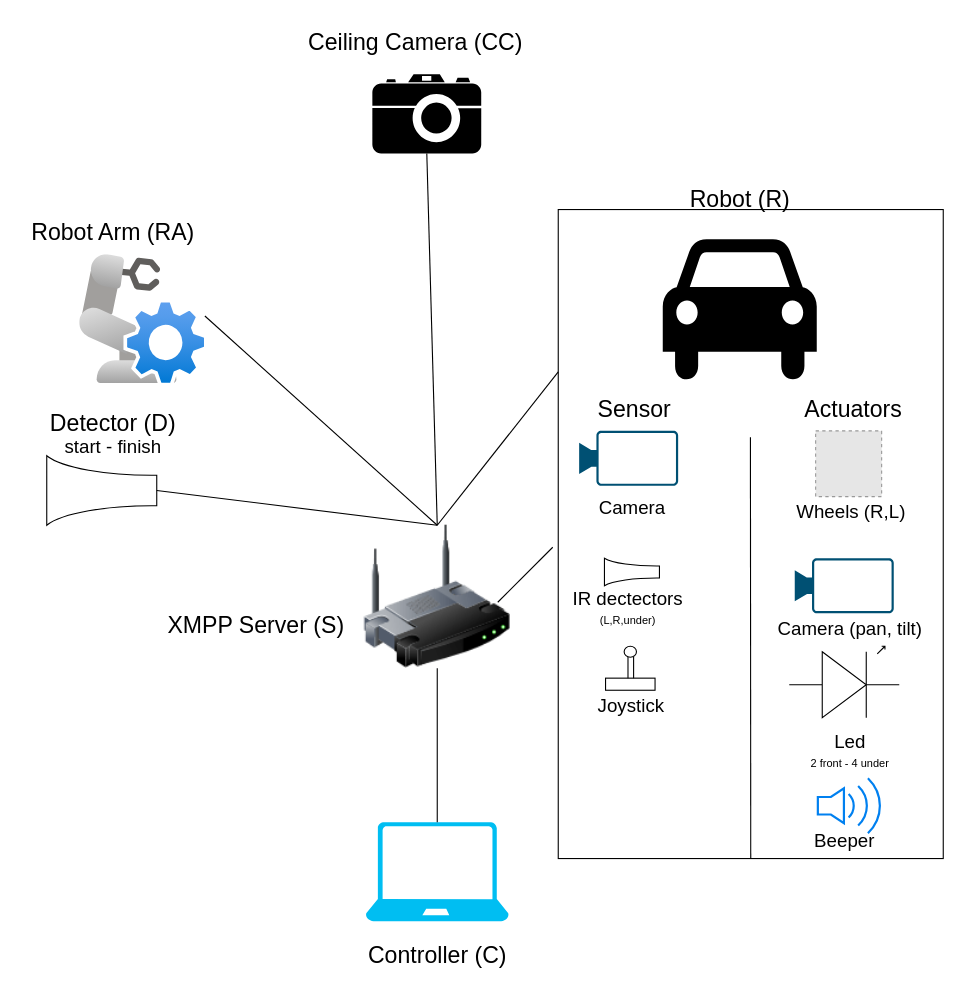
This is network_schema.drawio from ISC-DynaMaze/docs, a draw.io file, before an edit. Source tidied: cells renumbered, new cells numbered last; positions are measured from the earlier drawing's top-left corner, leaving out a move shared by most shapes. Both pictures are drawn from the tidied source at 110%, with x=0, y=0 at pixel (19, 19). Pictures stored in the file or linked from it are replaced by grey dashed boxes.
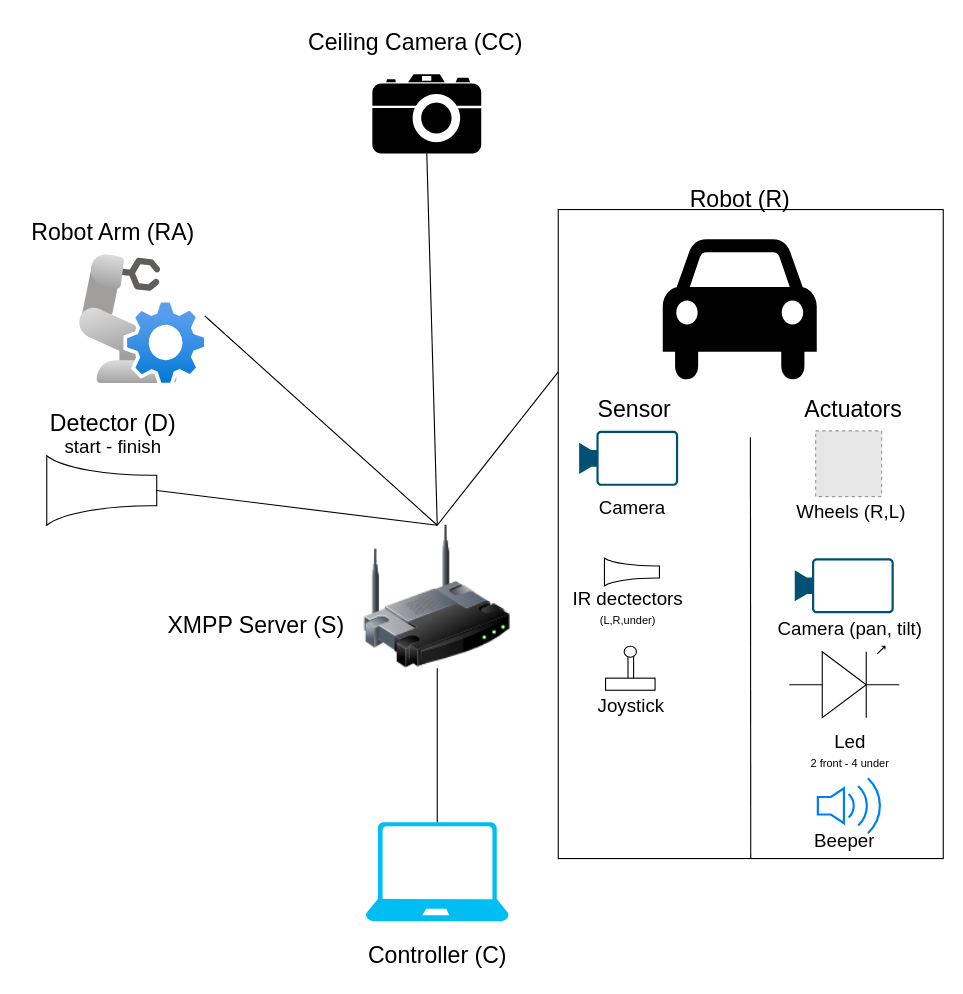
After the change.

Commit message:
fix : remove unwanted shape

Change to the diagram source:
```diff
@@
-    <mxCell id="40" style="endArrow=none;html=1;" parent="1" edge="1">
-      <mxGeometry relative="1" as="geometry">
-        <mxPoint x="435" y="530" as="sourcePoint" />
-        <mxPoint x="485" y="480" as="targetPoint" />
-      </mxGeometry>
-    </mxCell>
```
